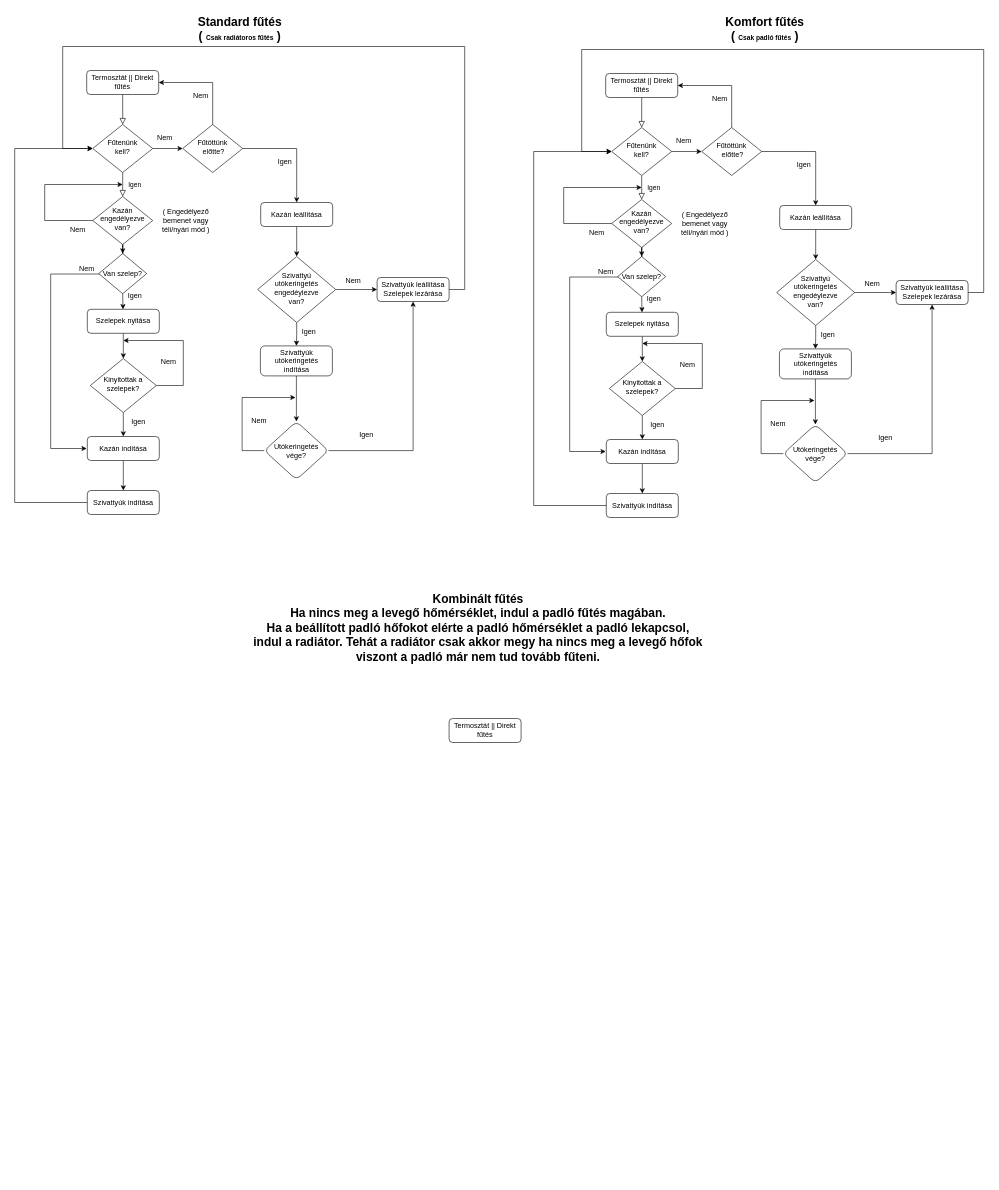
This is Megnevezetlen diagram.drawio from zekageri/DrawIO, a draw.io file, before an edit. Source tidied: cells renumbered, new cells numbered last; positions are measured from the earlier drawing's top-left corner, leaving out a move shared by most shapes. Both pictures are drawn from the tidied source at 60%, with x=0, y=0 at pixel (14, 10).
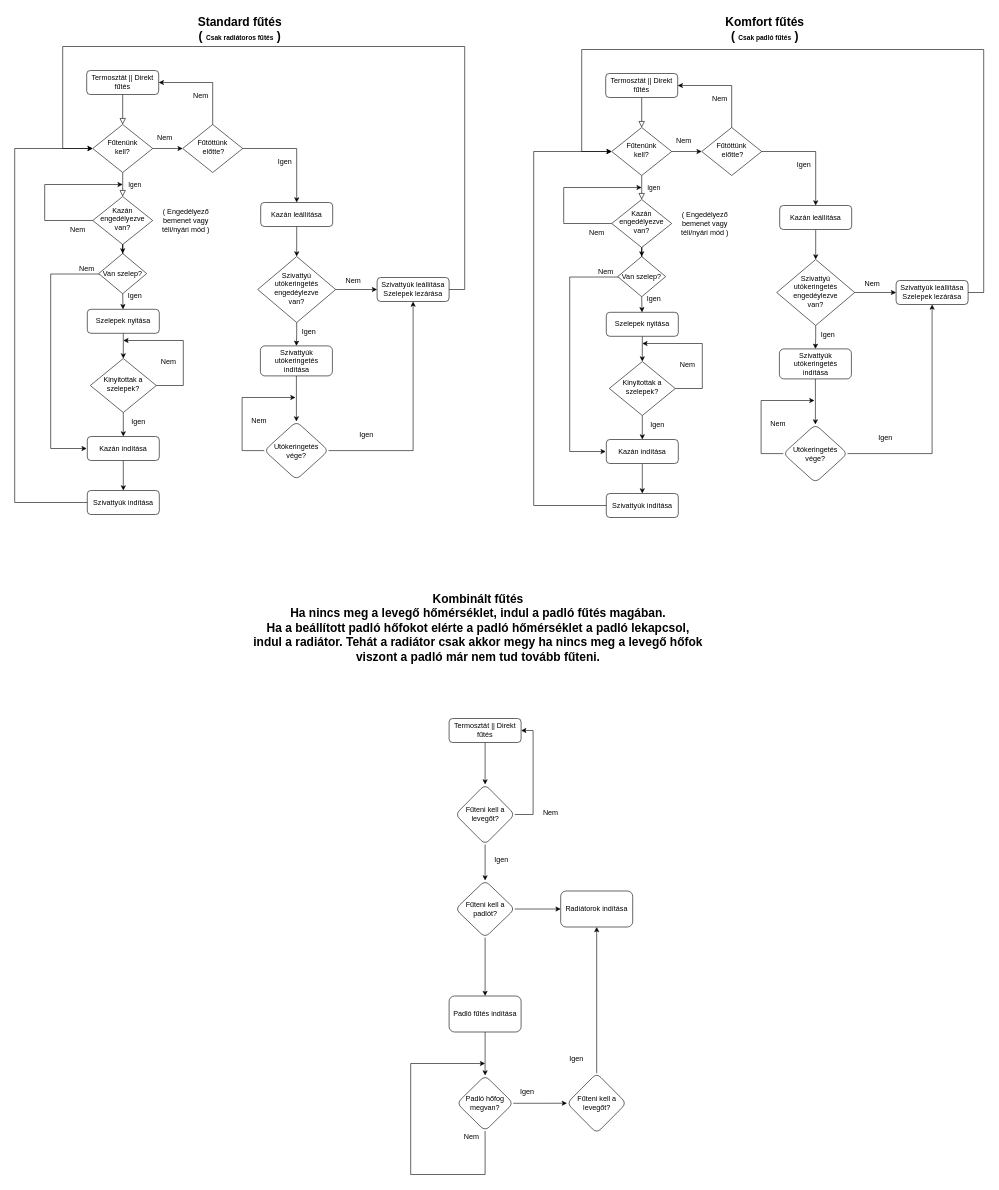
The same page after the edit.

Unchanged cells that the change refers to:
```xml
<mxCell id="43" value="Termosztát || Direkt fűtés" style="rounded=1;whiteSpace=wrap;html=1;fontSize=12;glass=0;strokeWidth=1;shadow=0;" parent="1" vertex="1">
  <mxGeometry x="724" y="1180" width="120" height="40" as="geometry" />
</mxCell>
```

Change to the diagram source:
```diff
@@
+    <mxCell id="103" style="edgeStyle=orthogonalEdgeStyle;rounded=0;jettySize=auto;html=1;" parent="1" edge="1" source="43" target="106">
+      <mxGeometry relative="1" as="geometry" />
+    </mxCell>
@@
+    <mxCell id="104" style="edgeStyle=orthogonalEdgeStyle;rounded=0;jettySize=auto;html=1;" parent="1" edge="1" source="106" target="109">
+      <mxGeometry relative="1" as="geometry" />
+    </mxCell>
+    <mxCell id="105" style="edgeStyle=orthogonalEdgeStyle;rounded=0;jettySize=auto;html=1;entryX=1;entryY=0.5;entryDx=0;entryDy=0;" parent="1" edge="1" source="106" target="43">
+      <mxGeometry relative="1" as="geometry">
+        <Array as="points">
+          <mxPoint x="864" y="1340" />
+          <mxPoint x="864" y="1200" />
+        </Array>
+      </mxGeometry>
+    </mxCell>
+    <mxCell id="106" value="Fűteni kell a levegőt?" style="rhombus;whiteSpace=wrap;html=1;rounded=1;glass=0;strokeWidth=1;shadow=0;" parent="1" vertex="1">
+      <mxGeometry x="734.5" y="1290" width="99" height="100" as="geometry" />
+    </mxCell>
+    <mxCell id="107" style="edgeStyle=orthogonalEdgeStyle;rounded=0;jettySize=auto;html=1;" parent="1" edge="1" source="109" target="111">
+      <mxGeometry relative="1" as="geometry" />
+    </mxCell>
+    <mxCell id="108" style="edgeStyle=orthogonalEdgeStyle;rounded=0;jettySize=auto;html=1;" parent="1" edge="1" source="109" target="113">
+      <mxGeometry relative="1" as="geometry" />
+    </mxCell>
+    <mxCell id="109" value="Fűteni kell a padlót?" style="rhombus;whiteSpace=wrap;html=1;rounded=1;glass=0;strokeWidth=1;shadow=0;" parent="1" vertex="1">
+      <mxGeometry x="734.5" y="1450" width="99" height="95" as="geometry" />
+    </mxCell>
+    <mxCell id="110" value="Igen" style="text;html=1;align=center;verticalAlign=middle;strokeColor=none;fillColor=none;" parent="1" vertex="1">
+      <mxGeometry x="788.5" y="1400" width="45" height="30" as="geometry" />
+    </mxCell>
+    <mxCell id="111" value="Radiátorok indítása" style="whiteSpace=wrap;html=1;rounded=1;glass=0;strokeWidth=1;shadow=0;" parent="1" vertex="1">
+      <mxGeometry x="910" y="1467.5" width="120" height="60" as="geometry" />
+    </mxCell>
+    <mxCell id="112" style="edgeStyle=orthogonalEdgeStyle;rounded=0;jettySize=auto;html=1;" parent="1" edge="1" source="113" target="117">
+      <mxGeometry relative="1" as="geometry" />
+    </mxCell>
+    <mxCell id="113" value="Padló fűtés indítása" style="whiteSpace=wrap;html=1;rounded=1;glass=0;strokeWidth=1;shadow=0;" parent="1" vertex="1">
+      <mxGeometry x="724" y="1642.5" width="120" height="60" as="geometry" />
+    </mxCell>
+    <mxCell id="114" value="Nem" style="text;html=1;align=center;verticalAlign=middle;strokeColor=none;fillColor=none;" parent="1" vertex="1">
+      <mxGeometry x="870" y="1323" width="45" height="30" as="geometry" />
+    </mxCell>
+    <mxCell id="115" style="edgeStyle=orthogonalEdgeStyle;rounded=0;jettySize=auto;html=1;" parent="1" edge="1" source="117" target="120">
+      <mxGeometry relative="1" as="geometry" />
+    </mxCell>
+    <mxCell id="116" style="edgeStyle=orthogonalEdgeStyle;rounded=0;jettySize=auto;html=1;" parent="1" edge="1" source="117">
+      <mxGeometry relative="1" as="geometry">
+        <mxPoint x="784" y="1755" as="targetPoint" />
+        <Array as="points">
+          <mxPoint x="784" y="1940" />
+          <mxPoint x="660" y="1940" />
+          <mxPoint x="660" y="1755" />
+        </Array>
+      </mxGeometry>
+    </mxCell>
+    <mxCell id="117" value="Padló hőfog megvan?" style="rhombus;whiteSpace=wrap;html=1;rounded=1;glass=0;strokeWidth=1;shadow=0;" parent="1" vertex="1">
+      <mxGeometry x="737" y="1775" width="94" height="92.5" as="geometry" />
+    </mxCell>
+    <mxCell id="118" value="Igen" style="text;html=1;align=center;verticalAlign=middle;strokeColor=none;fillColor=none;" parent="1" vertex="1">
+      <mxGeometry x="831" y="1788" width="45" height="30" as="geometry" />
+    </mxCell>
+    <mxCell id="119" style="edgeStyle=orthogonalEdgeStyle;rounded=0;jettySize=auto;html=1;entryX=0.5;entryY=1;entryDx=0;entryDy=0;" parent="1" edge="1" source="120" target="111">
+      <mxGeometry relative="1" as="geometry" />
+    </mxCell>
+    <mxCell id="120" value="Fűteni kell a levegőt?" style="rhombus;whiteSpace=wrap;html=1;rounded=1;glass=0;strokeWidth=1;shadow=0;" parent="1" vertex="1">
+      <mxGeometry x="920.5" y="1771.2" width="99" height="100" as="geometry" />
+    </mxCell>
+    <mxCell id="121" value="Igen" style="text;html=1;align=center;verticalAlign=middle;strokeColor=none;fillColor=none;" parent="1" vertex="1">
+      <mxGeometry x="913" y="1733" width="45" height="30" as="geometry" />
+    </mxCell>
+    <mxCell id="122" value="Nem" style="text;html=1;align=center;verticalAlign=middle;strokeColor=none;fillColor=none;" parent="1" vertex="1">
+      <mxGeometry x="738" y="1863" width="45" height="30" as="geometry" />
+    </mxCell>
```
